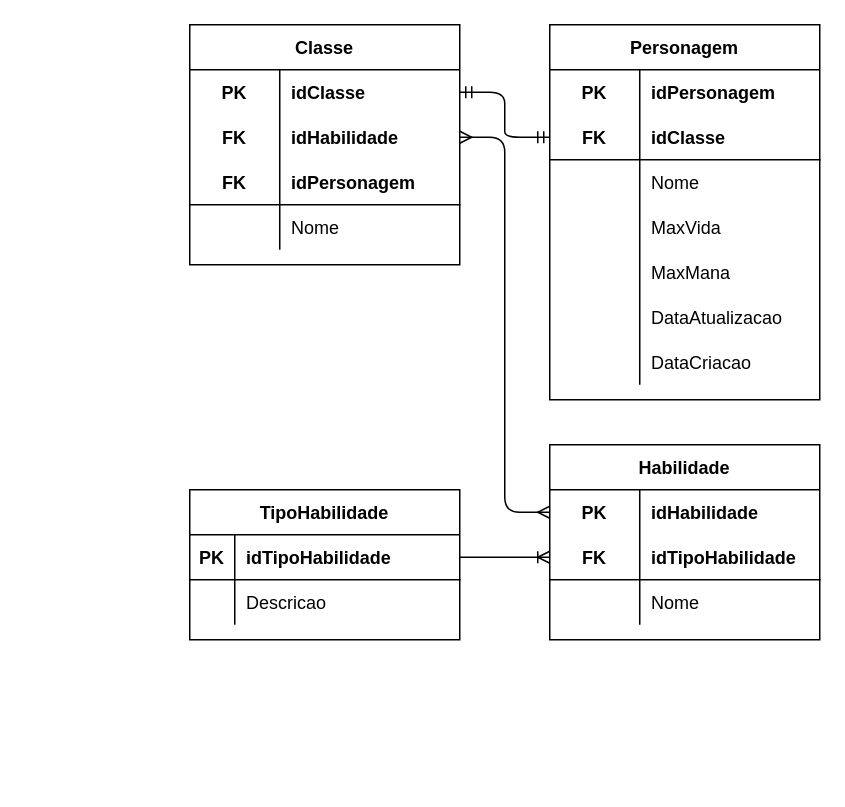
The draw.io diagram page "logico" (2 of 2) of DesafioHROADS/DiagramaConceitualHROADS.drawio in Vitormanoel-melo/Sprint-1_BD_Relacional, before the edit. Source tidied: cells renumbered, new cells numbered last; positions are measured from the earlier drawing's top-left corner, leaving out a move shared by most shapes. Both pictures are drawn from the tidied source at 150%, with x=0, y=0 at pixel (189, 24).
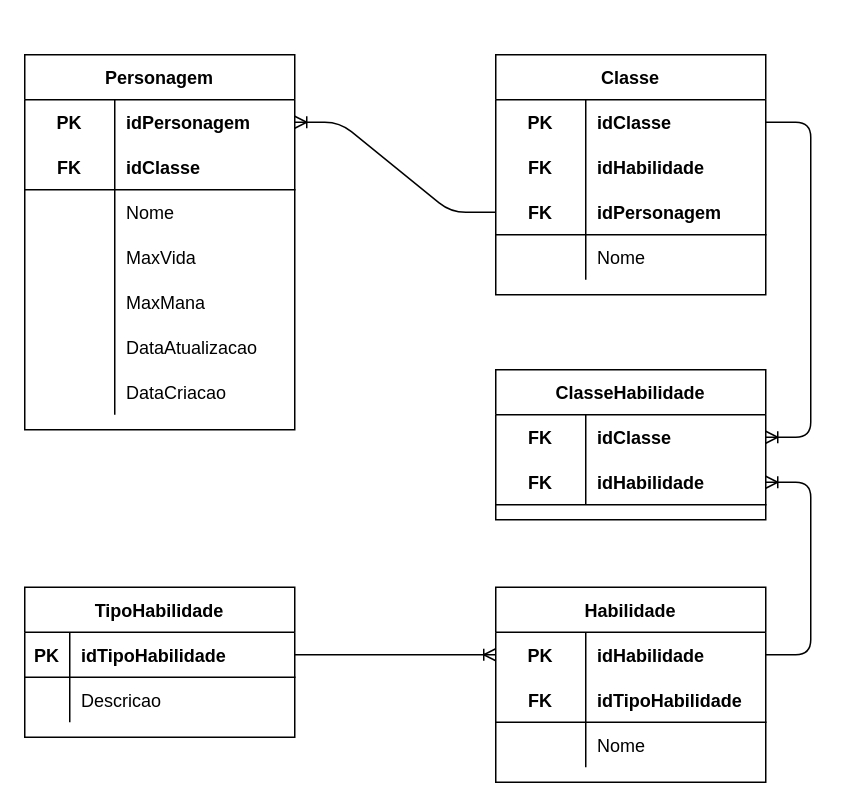
After the change.

The change refers to these unchanged cells:
```xml
<mxCell id="3" style="shape=partialRectangle;fillColor=none;top=0;left=0;bottom=0;right=0;points=[[0,0.5],[1,0.5]];portConstraint=eastwest;" parent="2" vertex="1">
  <mxGeometry y="30" width="180" height="30" as="geometry" />
</mxCell>
<mxCell id="6" style="shape=partialRectangle;fillColor=none;top=0;left=0;bottom=1;right=0;points=[[0,0.5],[1,0.5]];portConstraint=eastwest;" parent="2" vertex="1">
  <mxGeometry y="60" width="180" height="30" as="geometry" />
</mxCell>
<mxCell id="26" style="shape=partialRectangle;fillColor=none;top=0;left=0;bottom=0;right=0;points=[[0,0.5],[1,0.5]];portConstraint=eastwest;" parent="25" vertex="1">
  <mxGeometry y="30" width="180" height="30" as="geometry" />
</mxCell>
<mxCell id="29" style="shape=partialRectangle;fillColor=none;top=0;left=0;bottom=0;right=0;points=[[0,0.5],[1,0.5]];portConstraint=eastwest;" parent="25" vertex="1">
  <mxGeometry y="60" width="180" height="30" as="geometry" />
</mxCell>
<mxCell id="32" style="shape=partialRectangle;fillColor=none;top=0;left=0;bottom=1;right=0;points=[[0,0.5],[1,0.5]];portConstraint=eastwest;" parent="25" vertex="1">
  <mxGeometry y="90" width="180" height="30" as="geometry" />
</mxCell>
<mxCell id="39" style="shape=partialRectangle;fillColor=none;top=0;left=0;bottom=0;right=0;points=[[0,0.5],[1,0.5]];portConstraint=eastwest;" parent="38" vertex="1">
  <mxGeometry y="30" width="180" height="30" as="geometry" />
</mxCell>
<mxCell id="42" style="shape=partialRectangle;fillColor=none;top=0;left=0;bottom=1;right=0;points=[[0,0.5],[1,0.5]];portConstraint=eastwest;" parent="38" vertex="1">
  <mxGeometry y="60" width="180" height="30" as="geometry" />
</mxCell>
<mxCell id="50" style="shape=partialRectangle;fillColor=none;top=0;left=0;bottom=1;right=0;points=[[0,0.5],[1,0.5]];portConstraint=eastwest;" parent="49" vertex="1">
  <mxGeometry y="30" width="180" height="30" as="geometry" />
</mxCell>
```

What changed in the source:
```diff
@@
     <mxCell id="2" value="Personagem" style="shape=table;startSize=30;childLayout=tableLayout;rowLines=0;fontStyle=1;align=center;" parent="1" vertex="1">
-      <mxGeometry x="240" width="180" height="250" as="geometry" />
+      <mxGeometry x="-110" y="20" width="180" height="250" as="geometry" />
     </mxCell>
@@
-    <mxCell id="24" style="edgeStyle=entityRelationEdgeStyle;fontSize=12;html=1;endArrow=ERmandOne;startArrow=ERmandOne;exitX=1;exitY=0.5;exitDx=0;exitDy=0;entryX=0;entryY=0.5;entryDx=0;entryDy=0;" parent="1" edge="1" source="26" target="6">
-      <mxGeometry relative="1" as="geometry" />
-    </mxCell>
     <mxCell id="25" value="Classe" style="shape=table;startSize=30;childLayout=tableLayout;rowLines=0;fontStyle=1;align=center;" parent="1" vertex="1">
-      <mxGeometry width="180" height="160" as="geometry" />
+      <mxGeometry x="204" y="20" width="180" height="160" as="geometry" />
     </mxCell>
@@
     <mxCell id="38" value="Habilidade" style="shape=table;startSize=30;childLayout=tableLayout;rowLines=0;fontStyle=1;align=center;" parent="1" vertex="1">
-      <mxGeometry x="240" y="280" width="180" height="130" as="geometry" />
+      <mxGeometry x="204" y="375" width="180" height="130" as="geometry" />
     </mxCell>
@@
-    <mxCell id="48" style="edgeStyle=entityRelationEdgeStyle;fontSize=12;html=1;endArrow=ERmany;startArrow=ERmany;exitX=1;exitY=0.5;exitDx=0;exitDy=0;entryX=0;entryY=0.5;entryDx=0;entryDy=0;" parent="1" edge="1" source="29" target="39">
-      <mxGeometry relative="1" as="geometry" />
-    </mxCell>
     <mxCell id="49" value="TipoHabilidade" style="shape=table;startSize=30;childLayout=tableLayout;rowLines=0;fontStyle=1;align=center;" parent="1" vertex="1">
-      <mxGeometry y="310" width="180" height="100" as="geometry" />
+      <mxGeometry x="-110" y="375" width="180" height="100" as="geometry" />
     </mxCell>
@@
-    <mxCell id="56" style="edgeStyle=entityRelationEdgeStyle;fontSize=12;html=1;endArrow=ERoneToMany;exitX=1;exitY=0.5;exitDx=0;exitDy=0;entryX=0;entryY=0.5;entryDx=0;entryDy=0;" parent="1" edge="1" source="50" target="42">
-      <mxGeometry relative="1" as="geometry" />
-    </mxCell>
+    <mxCell id="57" style="edgeStyle=entityRelationEdgeStyle;fontSize=12;html=1;endArrow=ERoneToMany;exitX=0;exitY=0.5;exitDx=0;exitDy=0;entryX=1;entryY=0.5;entryDx=0;entryDy=0;" parent="1" edge="1" source="32" target="3">
+      <mxGeometry relative="1" as="geometry" />
+    </mxCell>
+    <mxCell id="58" value="ClasseHabilidade" style="shape=table;startSize=30;childLayout=tableLayout;rowLines=0;fontStyle=1;align=center;" parent="1" vertex="1">
+      <mxGeometry x="204" y="230" width="180" height="100" as="geometry" />
+    </mxCell>
+    <mxCell id="59" style="shape=partialRectangle;fillColor=none;top=0;left=0;bottom=0;right=0;points=[[0,0.5],[1,0.5]];portConstraint=eastwest;" parent="58" vertex="1">
+      <mxGeometry y="30" width="180" height="30" as="geometry" />
+    </mxCell>
+    <mxCell id="60" value="FK" style="shape=partialRectangle;fillColor=none;top=0;left=0;bottom=0;right=0;fontStyle=1;overflow=hidden;" parent="59" vertex="1">
+      <mxGeometry width="60" height="30" as="geometry" />
+    </mxCell>
+    <mxCell id="61" value="idClasse" style="shape=partialRectangle;fillColor=none;top=0;left=0;bottom=0;right=0;align=left;spacingLeft=6;fontStyle=1;overflow=hidden;" parent="59" vertex="1">
+      <mxGeometry x="60" width="120" height="30" as="geometry" />
+    </mxCell>
+    <mxCell id="62" style="shape=partialRectangle;fillColor=none;top=0;left=0;bottom=1;right=0;points=[[0,0.5],[1,0.5]];portConstraint=eastwest;" parent="58" vertex="1">
+      <mxGeometry y="60" width="180" height="30" as="geometry" />
+    </mxCell>
+    <mxCell id="63" value="FK" style="shape=partialRectangle;fillColor=none;top=0;left=0;bottom=0;right=0;fontStyle=1;overflow=hidden;" parent="62" vertex="1">
+      <mxGeometry width="60" height="30" as="geometry" />
+    </mxCell>
+    <mxCell id="64" value="idHabilidade" style="shape=partialRectangle;fillColor=none;top=0;left=0;bottom=0;right=0;align=left;spacingLeft=6;fontStyle=1;overflow=hidden;" parent="62" vertex="1">
+      <mxGeometry x="60" width="120" height="30" as="geometry" />
+    </mxCell>
+    <mxCell id="65" style="edgeStyle=entityRelationEdgeStyle;fontSize=12;html=1;endArrow=ERoneToMany;exitX=1;exitY=0.5;exitDx=0;exitDy=0;entryX=1;entryY=0.5;entryDx=0;entryDy=0;" parent="1" edge="1" source="26" target="59">
+      <mxGeometry relative="1" as="geometry" />
+    </mxCell>
+    <mxCell id="66" style="edgeStyle=entityRelationEdgeStyle;fontSize=12;html=1;endArrow=ERoneToMany;exitX=1;exitY=0.5;exitDx=0;exitDy=0;entryX=1;entryY=0.5;entryDx=0;entryDy=0;" parent="1" edge="1" source="39" target="62">
+      <mxGeometry relative="1" as="geometry" />
+    </mxCell>
+    <mxCell id="67" style="edgeStyle=entityRelationEdgeStyle;fontSize=12;html=1;endArrow=ERoneToMany;exitX=1;exitY=0.5;exitDx=0;exitDy=0;entryX=0;entryY=0.5;entryDx=0;entryDy=0;" parent="1" edge="1" source="50" target="39">
+      <mxGeometry relative="1" as="geometry" />
+    </mxCell>
```
